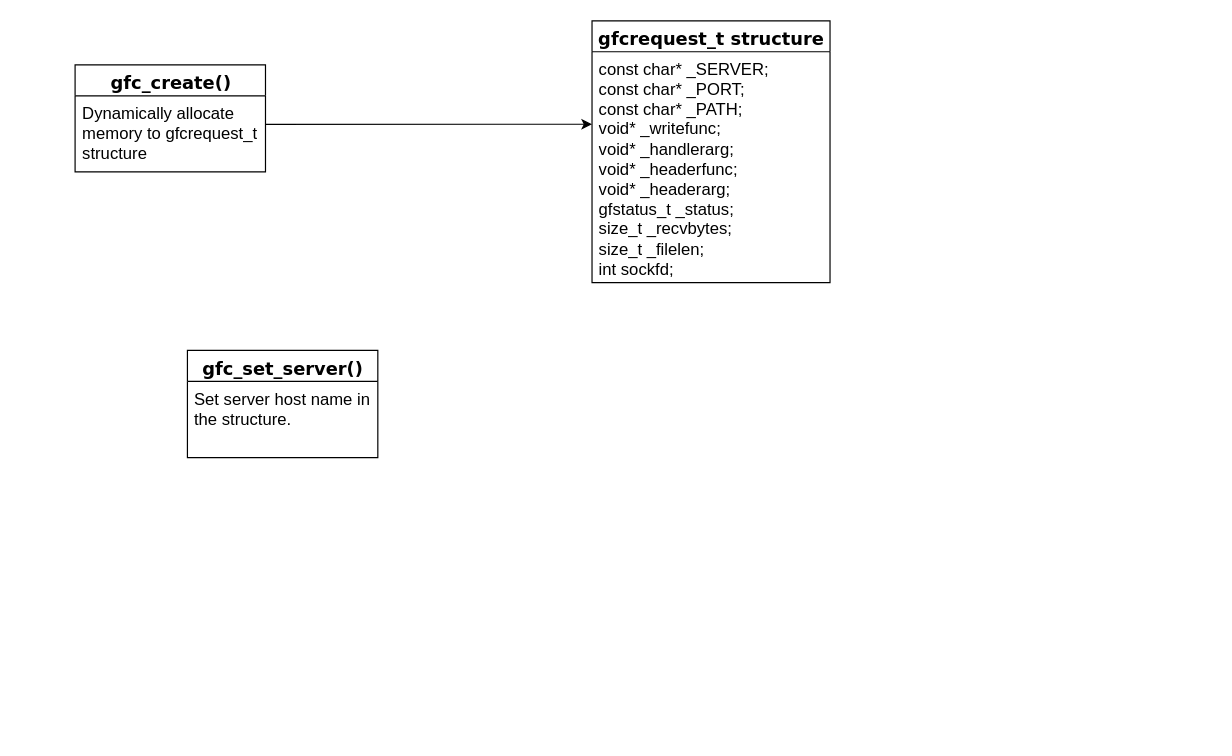
Above: client draw.drawio in kimilg/drawings (draw.io), before the change. Source tidied: cells renumbered, new cells numbered last; positions are measured from the earlier drawing's top-left corner, leaving out a move shared by most shapes. Both pictures are drawn from the tidied source at 119%, with x=0, y=0 at pixel (75, 20).
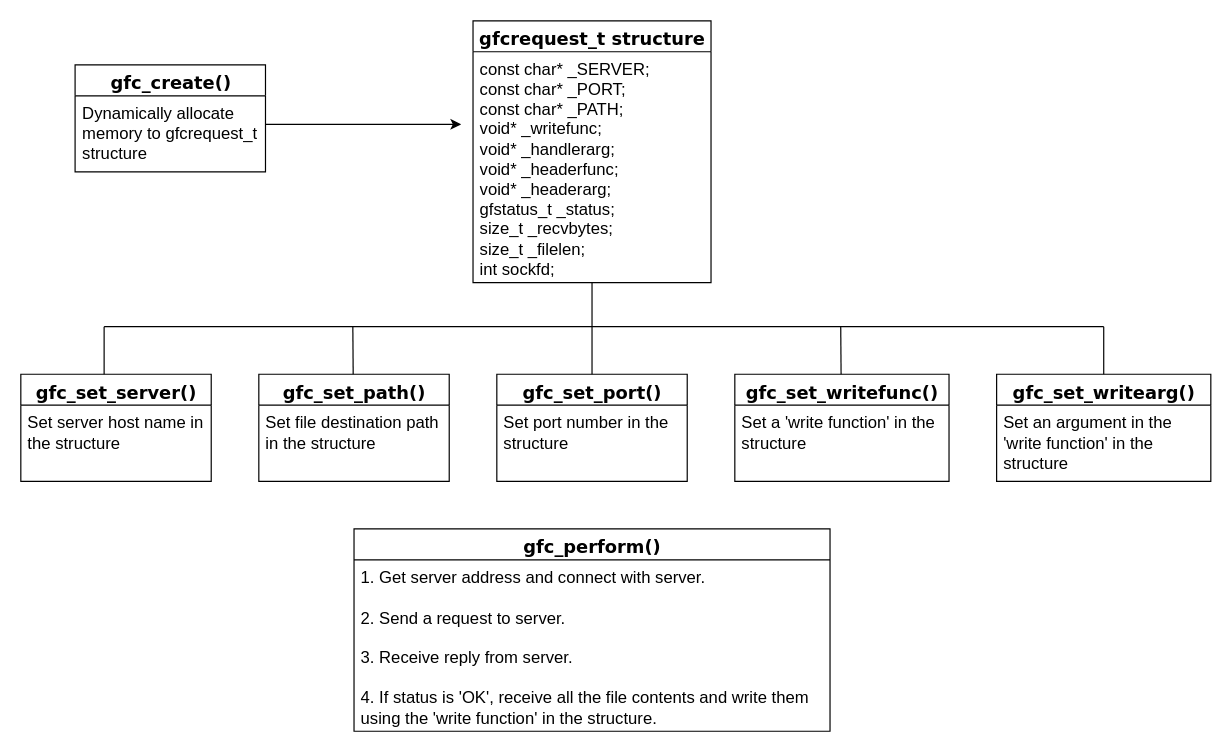
After the change.

Change to the diagram source:
```diff
@@
     <mxCell id="4" value="&lt;span style=&quot;font-size: 15px&quot;&gt;gfcrequest_t structure&lt;/span&gt;" style="swimlane;html=1;fontStyle=1;align=center;verticalAlign=top;horizontal=1;startSize=26;swimlaneFillColor=#ffffff;rounded=0;shadow=0;comic=0;labelBackgroundColor=none;strokeWidth=1;fillColor=none;fontFamily=Verdana;fontSize=12;" parent="1" vertex="1">
-      <mxGeometry x="434" width="200" height="220" as="geometry" />
+      <mxGeometry x="334" width="200" height="220" as="geometry" />
     </mxCell>
@@
-    <mxCell id="6" style="endArrow=classic;html=1;entryX=-0.028;entryY=0.123;entryDx=0;entryDy=0;entryPerimeter=0;" parent="1" edge="1">
+    <mxCell id="6" style="endArrow=classic;html=1;" parent="1" edge="1">
       <mxGeometry relative="1" as="geometry">
         <mxPoint x="159.6" y="87" as="sourcePoint" />
-        <mxPoint x="434" y="86.9" as="targetPoint" />
+        <mxPoint x="324" y="87" as="targetPoint" />
       </mxGeometry>
     </mxCell>
     <mxCell id="7" value="&lt;font style=&quot;font-size: 15px&quot;&gt;gfc_set_server()&lt;/font&gt;" style="swimlane;html=1;fontStyle=1;align=center;verticalAlign=top;horizontal=1;startSize=26;swimlaneFillColor=#ffffff;rounded=0;shadow=0;comic=0;labelBackgroundColor=none;strokeWidth=1;fillColor=none;fontFamily=Verdana;fontSize=12;" parent="1" vertex="1">
-      <mxGeometry x="94" y="277" width="160" height="90" as="geometry" />
+      <mxGeometry x="-46" y="297" width="160" height="90" as="geometry" />
     </mxCell>
-    <mxCell id="8" value="&lt;font style=&quot;font-size: 14px&quot;&gt;Set server host name in the structure.&lt;/font&gt;" style="text;html=1;strokeColor=none;fillColor=none;align=left;verticalAlign=top;spacingLeft=4;spacingRight=4;whiteSpace=wrap;overflow=hidden;" parent="7" vertex="1">
+    <mxCell id="8" value="&lt;font style=&quot;font-size: 14px&quot;&gt;Set server host name in the structure&lt;/font&gt;" style="text;html=1;strokeColor=none;fillColor=none;align=left;verticalAlign=top;spacingLeft=4;spacingRight=4;whiteSpace=wrap;overflow=hidden;" parent="7" vertex="1">
       <mxGeometry y="26" width="160" height="64" as="geometry" />
     </mxCell>
+    <mxCell id="9" value="&lt;font style=&quot;font-size: 15px&quot;&gt;gfc_set_path()&lt;/font&gt;" style="swimlane;html=1;fontStyle=1;align=center;verticalAlign=top;horizontal=1;startSize=26;swimlaneFillColor=#ffffff;rounded=0;shadow=0;comic=0;labelBackgroundColor=none;strokeWidth=1;fillColor=none;fontFamily=Verdana;fontSize=12;" parent="1" vertex="1">
+      <mxGeometry x="154" y="297" width="160" height="90" as="geometry" />
+    </mxCell>
+    <mxCell id="10" value="&lt;span style=&quot;font-size: 14px&quot;&gt;Set file destination path in the structure&lt;/span&gt;" style="text;html=1;strokeColor=none;fillColor=none;align=left;verticalAlign=top;spacingLeft=4;spacingRight=4;whiteSpace=wrap;overflow=hidden;" parent="9" vertex="1">
+      <mxGeometry y="26" width="160" height="64" as="geometry" />
+    </mxCell>
+    <mxCell id="11" value="&lt;font style=&quot;font-size: 15px&quot;&gt;gfc_set_port()&lt;/font&gt;" style="swimlane;html=1;fontStyle=1;align=center;verticalAlign=top;horizontal=1;startSize=26;swimlaneFillColor=#ffffff;rounded=0;shadow=0;comic=0;labelBackgroundColor=none;strokeWidth=1;fillColor=none;fontFamily=Verdana;fontSize=12;" parent="1" vertex="1">
+      <mxGeometry x="354" y="297" width="160" height="90" as="geometry" />
+    </mxCell>
+    <mxCell id="12" value="&lt;font style=&quot;font-size: 14px&quot;&gt;Set port number in the structure&lt;/font&gt;" style="text;html=1;strokeColor=none;fillColor=none;align=left;verticalAlign=top;spacingLeft=4;spacingRight=4;whiteSpace=wrap;overflow=hidden;" parent="11" vertex="1">
+      <mxGeometry y="26" width="160" height="64" as="geometry" />
+    </mxCell>
+    <mxCell id="13" value="&lt;font style=&quot;font-size: 15px&quot;&gt;gfc_set_writefunc()&lt;/font&gt;" style="swimlane;html=1;fontStyle=1;align=center;verticalAlign=top;horizontal=1;startSize=26;swimlaneFillColor=#ffffff;rounded=0;shadow=0;comic=0;labelBackgroundColor=none;strokeWidth=1;fillColor=none;fontFamily=Verdana;fontSize=12;" parent="1" vertex="1">
+      <mxGeometry x="554" y="297" width="180" height="90" as="geometry" />
+    </mxCell>
+    <mxCell id="14" value="&lt;font style=&quot;font-size: 14px&quot;&gt;Set a 'write function' in the structure&lt;/font&gt;" style="text;html=1;strokeColor=none;fillColor=none;align=left;verticalAlign=top;spacingLeft=4;spacingRight=4;whiteSpace=wrap;overflow=hidden;" parent="13" vertex="1">
+      <mxGeometry y="26" width="180" height="64" as="geometry" />
+    </mxCell>
+    <mxCell id="15" value="&lt;font style=&quot;font-size: 15px&quot;&gt;gfc_set_writearg()&lt;/font&gt;" style="swimlane;html=1;fontStyle=1;align=center;verticalAlign=top;horizontal=1;startSize=26;swimlaneFillColor=#ffffff;rounded=0;shadow=0;comic=0;labelBackgroundColor=none;strokeWidth=1;fillColor=none;fontFamily=Verdana;fontSize=12;" parent="1" vertex="1">
+      <mxGeometry x="774" y="297" width="180" height="90" as="geometry" />
+    </mxCell>
+    <mxCell id="16" value="&lt;span style=&quot;font-size: 14px&quot;&gt;Set an argument in the 'write function' in the structure&lt;/span&gt;" style="text;html=1;strokeColor=none;fillColor=none;align=left;verticalAlign=top;spacingLeft=4;spacingRight=4;whiteSpace=wrap;overflow=hidden;" parent="15" vertex="1">
+      <mxGeometry y="26" width="180" height="64" as="geometry" />
+    </mxCell>
+    <mxCell id="17" style="endArrow=none;html=1;exitX=0.5;exitY=0;exitDx=0;exitDy=0;" parent="1" edge="1" source="11">
+      <mxGeometry relative="1" as="geometry">
+        <mxPoint x="434" y="220" as="targetPoint" />
+      </mxGeometry>
+    </mxCell>
+    <mxCell id="18" style="endArrow=none;html=1;exitX=0.5;exitY=0;exitDx=0;exitDy=0;" parent="1" edge="1">
+      <mxGeometry relative="1" as="geometry">
+        <mxPoint x="24" y="297" as="sourcePoint" />
+        <mxPoint x="24" y="257" as="targetPoint" />
+      </mxGeometry>
+    </mxCell>
+    <mxCell id="19" style="endArrow=none;html=1;exitX=0.5;exitY=0;exitDx=0;exitDy=0;" parent="1" edge="1">
+      <mxGeometry relative="1" as="geometry">
+        <mxPoint x="233.3" y="297" as="sourcePoint" />
+        <mxPoint x="233" y="257" as="targetPoint" />
+      </mxGeometry>
+    </mxCell>
+    <mxCell id="20" style="endArrow=none;html=1;exitX=0.5;exitY=0;exitDx=0;exitDy=0;" parent="1" edge="1">
+      <mxGeometry relative="1" as="geometry">
+        <mxPoint x="643.3" y="297" as="sourcePoint" />
+        <mxPoint x="643" y="257" as="targetPoint" />
+      </mxGeometry>
+    </mxCell>
+    <mxCell id="21" style="endArrow=none;html=1;exitX=0.5;exitY=0;exitDx=0;exitDy=0;" parent="1" edge="1">
+      <mxGeometry relative="1" as="geometry">
+        <mxPoint x="864" y="297" as="sourcePoint" />
+        <mxPoint x="864" y="257" as="targetPoint" />
+      </mxGeometry>
+    </mxCell>
+    <mxCell id="22" style="endArrow=none;html=1;" parent="1" edge="1">
+      <mxGeometry relative="1" as="geometry">
+        <mxPoint x="24" y="257" as="sourcePoint" />
+        <mxPoint x="864" y="257" as="targetPoint" />
+      </mxGeometry>
+    </mxCell>
+    <mxCell id="23" value="&lt;font style=&quot;font-size: 15px&quot;&gt;gfc_perform()&lt;/font&gt;" style="swimlane;html=1;fontStyle=1;align=center;verticalAlign=top;horizontal=1;startSize=26;swimlaneFillColor=#ffffff;rounded=0;shadow=0;comic=0;labelBackgroundColor=none;strokeWidth=1;fillColor=none;fontFamily=Verdana;fontSize=12;" parent="1" vertex="1">
+      <mxGeometry x="234" y="427" width="400" height="170" as="geometry" />
+    </mxCell>
+    <mxCell id="24" value="&lt;span style=&quot;font-size: 14px&quot;&gt;1. Get server address and connect with server.&lt;br&gt;&lt;br&gt;2. Send a request to server.&lt;br&gt;&lt;br&gt;3. Receive reply from server.&lt;br&gt;&lt;br&gt;4. If status is 'OK', receive all the file contents and write them using the 'write function' in the structure.&lt;br&gt;&lt;/span&gt;" style="text;html=1;strokeColor=none;fillColor=none;align=left;verticalAlign=top;spacingLeft=4;spacingRight=4;whiteSpace=wrap;overflow=hidden;" parent="23" vertex="1">
+      <mxGeometry y="26" width="400" height="144" as="geometry" />
+    </mxCell>
```
